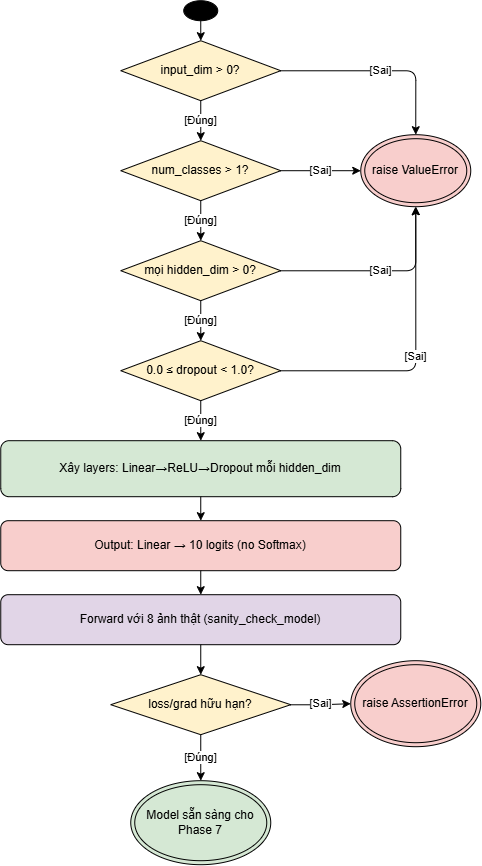
Earlier version of the draw.io export total_practice/practice_1/diagrams/02_model_building.png (TiCoder-coder/TOTAL_LABPARACTICE_FOR_DEEP_LEARNING). Source tidied: cells renumbered, new cells last; positions are measured from the earlier drawing's top-left corner, leaving out a move shared by most shapes. Its diagram source:
```xml
<mxGraphModel>
  <root>
    <mxCell id="0" />
    <mxCell id="1" parent="0" />
    <mxCell id="2" style="ellipse;whiteSpace=wrap;html=1;fillColor=#000000;" parent="1" vertex="1">
      <mxGeometry x="183" width="34" height="20" as="geometry" />
    </mxCell>
    <mxCell id="3" value="input_dim &gt; 0?" style="rhombus;whiteSpace=wrap;html=1;fillColor=#fff2cc;" parent="1" vertex="1">
      <mxGeometry x="120" y="40" width="160" height="60" as="geometry" />
    </mxCell>
    <mxCell id="4" value="num_classes &gt; 1?" style="rhombus;whiteSpace=wrap;html=1;fillColor=#fff2cc;" parent="1" vertex="1">
      <mxGeometry x="120" y="140" width="160" height="60" as="geometry" />
    </mxCell>
    <mxCell id="5" value="mọi hidden_dim &gt; 0?" style="rhombus;whiteSpace=wrap;html=1;fillColor=#fff2cc;" parent="1" vertex="1">
      <mxGeometry x="120" y="240" width="160" height="60" as="geometry" />
    </mxCell>
    <mxCell id="6" value="0.0 ≤ dropout &lt; 1.0?" style="rhombus;whiteSpace=wrap;html=1;fillColor=#fff2cc;" parent="1" vertex="1">
      <mxGeometry x="120" y="340" width="160" height="60" as="geometry" />
    </mxCell>
    <mxCell id="7" value="raise ValueError" style="ellipse;shape=doubleEllipse;whiteSpace=wrap;html=1;fillColor=#f8cecc;" parent="1" vertex="1">
      <mxGeometry x="360" y="134" width="110" height="72" as="geometry" />
    </mxCell>
    <mxCell id="8" value="Xây layers: Linear→ReLU→Dropout mỗi hidden_dim" style="rounded=1;whiteSpace=wrap;html=1;fillColor=#d5e8d4;" parent="1" vertex="1">
      <mxGeometry y="440" width="400" height="56" as="geometry" />
    </mxCell>
    <mxCell id="9" value="Output: Linear → 10 logits (no Softmax)" style="rounded=1;whiteSpace=wrap;html=1;fillColor=#f8cecc;" parent="1" vertex="1">
      <mxGeometry y="520" width="400" height="50" as="geometry" />
    </mxCell>
    <mxCell id="10" value="Forward với 8 ảnh thật (sanity_check_model)" style="rounded=1;whiteSpace=wrap;html=1;fillColor=#e1d5e7;" parent="1" vertex="1">
      <mxGeometry y="594" width="400" height="50" as="geometry" />
    </mxCell>
    <mxCell id="11" value="loss/grad hữu hạn?" style="rhombus;whiteSpace=wrap;html=1;fillColor=#fff2cc;" parent="1" vertex="1">
      <mxGeometry x="110" y="674" width="180" height="60" as="geometry" />
    </mxCell>
    <mxCell id="12" value="raise AssertionError" style="ellipse;shape=doubleEllipse;whiteSpace=wrap;html=1;fillColor=#f8cecc;" parent="1" vertex="1">
      <mxGeometry x="350" y="660" width="130" height="86" as="geometry" />
    </mxCell>
    <mxCell id="13" value="Model sẵn sàng cho Phase 7" style="ellipse;shape=doubleEllipse;whiteSpace=wrap;html=1;fillColor=#d5e8d4;" parent="1" vertex="1">
      <mxGeometry x="130" y="780" width="140" height="84" as="geometry" />
    </mxCell>
    <mxCell id="14" style="edgeStyle=orthogonalEdgeStyle;html=1;" parent="1" edge="1" source="2" target="3">
      <mxGeometry relative="1" as="geometry" />
    </mxCell>
    <mxCell id="15" value="[Sai]" style="edgeStyle=orthogonalEdgeStyle;html=1;" parent="1" edge="1" source="3" target="7">
      <mxGeometry relative="1" as="geometry" />
    </mxCell>
    <mxCell id="16" value="[Đúng]" style="edgeStyle=orthogonalEdgeStyle;html=1;" parent="1" edge="1" source="3" target="4">
      <mxGeometry relative="1" as="geometry" />
    </mxCell>
    <mxCell id="17" value="[Sai]" style="edgeStyle=orthogonalEdgeStyle;html=1;" parent="1" edge="1" source="4" target="7">
      <mxGeometry relative="1" as="geometry" />
    </mxCell>
    <mxCell id="18" value="[Đúng]" style="edgeStyle=orthogonalEdgeStyle;html=1;" parent="1" edge="1" source="4" target="5">
      <mxGeometry relative="1" as="geometry" />
    </mxCell>
    <mxCell id="19" value="[Sai]" style="edgeStyle=orthogonalEdgeStyle;html=1;" parent="1" edge="1" source="5" target="7">
      <mxGeometry relative="1" as="geometry" />
    </mxCell>
    <mxCell id="20" value="[Đúng]" style="edgeStyle=orthogonalEdgeStyle;html=1;" parent="1" edge="1" source="5" target="6">
      <mxGeometry relative="1" as="geometry" />
    </mxCell>
    <mxCell id="21" value="[Sai]" style="edgeStyle=orthogonalEdgeStyle;html=1;" parent="1" edge="1" source="6" target="7">
      <mxGeometry relative="1" as="geometry" />
    </mxCell>
    <mxCell id="22" value="[Đúng]" style="edgeStyle=orthogonalEdgeStyle;html=1;" parent="1" edge="1" source="6" target="8">
      <mxGeometry relative="1" as="geometry" />
    </mxCell>
    <mxCell id="23" style="edgeStyle=orthogonalEdgeStyle;html=1;" parent="1" edge="1" source="8" target="9">
      <mxGeometry relative="1" as="geometry" />
    </mxCell>
    <mxCell id="24" style="edgeStyle=orthogonalEdgeStyle;html=1;" parent="1" edge="1" source="9" target="10">
      <mxGeometry relative="1" as="geometry" />
    </mxCell>
    <mxCell id="25" style="edgeStyle=orthogonalEdgeStyle;html=1;" parent="1" edge="1" source="10" target="11">
      <mxGeometry relative="1" as="geometry" />
    </mxCell>
    <mxCell id="26" value="[Sai]" style="edgeStyle=orthogonalEdgeStyle;html=1;" parent="1" edge="1" source="11" target="12">
      <mxGeometry relative="1" as="geometry" />
    </mxCell>
    <mxCell id="27" value="[Đúng]" style="edgeStyle=orthogonalEdgeStyle;html=1;" parent="1" edge="1" source="11" target="13">
      <mxGeometry relative="1" as="geometry" />
    </mxCell>
  </root>
</mxGraphModel>
```
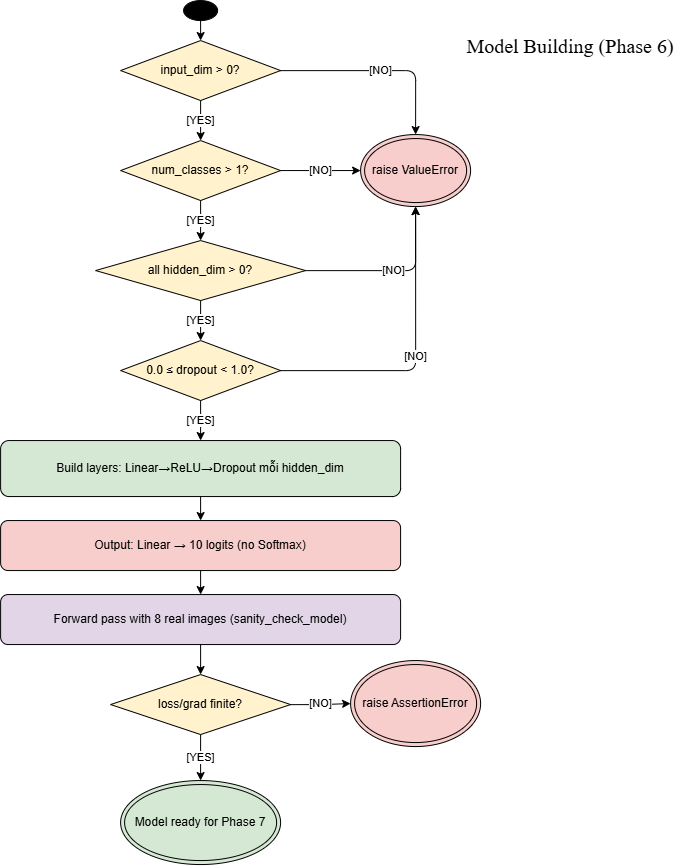
Later version of the same file.

Change to the diagram source:
```diff
@@ -2,83 +2,86 @@
   <root>
     <mxCell id="0" />
     <mxCell id="1" parent="0" />
-    <mxCell id="2" style="ellipse;whiteSpace=wrap;html=1;fillColor=#000000;" parent="1" vertex="1">
-      <mxGeometry x="183" width="34" height="20" as="geometry" />
-    </mxCell>
+    <mxCell id="28" style="ellipse;whiteSpace=wrap;html=1;fillColor=#000000;" parent="1" vertex="1">
+      <mxGeometry x="183" width="34" height="20" as="geometry" />
+    </mxCell>
     <mxCell id="3" value="input_dim &gt; 0?" style="rhombus;whiteSpace=wrap;html=1;fillColor=#fff2cc;" parent="1" vertex="1">
       <mxGeometry x="120" y="40" width="160" height="60" as="geometry" />
     </mxCell>
     <mxCell id="4" value="num_classes &gt; 1?" style="rhombus;whiteSpace=wrap;html=1;fillColor=#fff2cc;" parent="1" vertex="1">
       <mxGeometry x="120" y="140" width="160" height="60" as="geometry" />
     </mxCell>
-    <mxCell id="5" value="mọi hidden_dim &gt; 0?" style="rhombus;whiteSpace=wrap;html=1;fillColor=#fff2cc;" parent="1" vertex="1">
-      <mxGeometry x="120" y="240" width="160" height="60" as="geometry" />
-    </mxCell>
+    <mxCell id="29" value="all hidden_dim &amp;gt; 0?" style="rhombus;whiteSpace=wrap;html=1;fillColor=#fff2cc;" parent="1" vertex="1">
+      <mxGeometry x="95" y="240" width="210" height="60" as="geometry" />
+    </mxCell>
     <mxCell id="6" value="0.0 ≤ dropout &lt; 1.0?" style="rhombus;whiteSpace=wrap;html=1;fillColor=#fff2cc;" parent="1" vertex="1">
       <mxGeometry x="120" y="340" width="160" height="60" as="geometry" />
     </mxCell>
     <mxCell id="7" value="raise ValueError" style="ellipse;shape=doubleEllipse;whiteSpace=wrap;html=1;fillColor=#f8cecc;" parent="1" vertex="1">
       <mxGeometry x="360" y="134" width="110" height="72" as="geometry" />
     </mxCell>
-    <mxCell id="8" value="Xây layers: Linear→ReLU→Dropout mỗi hidden_dim" style="rounded=1;whiteSpace=wrap;html=1;fillColor=#d5e8d4;" parent="1" vertex="1">
-      <mxGeometry y="440" width="400" height="56" as="geometry" />
-    </mxCell>
+    <mxCell id="30" value="Build layers: Linear→ReLU→Dropout mỗi hidden_dim" style="rounded=1;whiteSpace=wrap;html=1;fillColor=#d5e8d4;" parent="1" vertex="1">
+      <mxGeometry y="440" width="400" height="56" as="geometry" />
+    </mxCell>
     <mxCell id="9" value="Output: Linear → 10 logits (no Softmax)" style="rounded=1;whiteSpace=wrap;html=1;fillColor=#f8cecc;" parent="1" vertex="1">
       <mxGeometry y="520" width="400" height="50" as="geometry" />
     </mxCell>
-    <mxCell id="10" value="Forward với 8 ảnh thật (sanity_check_model)" style="rounded=1;whiteSpace=wrap;html=1;fillColor=#e1d5e7;" parent="1" vertex="1">
-      <mxGeometry y="594" width="400" height="50" as="geometry" />
-    </mxCell>
-    <mxCell id="11" value="loss/grad hữu hạn?" style="rhombus;whiteSpace=wrap;html=1;fillColor=#fff2cc;" parent="1" vertex="1">
-      <mxGeometry x="110" y="674" width="180" height="60" as="geometry" />
-    </mxCell>
+    <mxCell id="31" value="Forward pass with 8 real images (sanity_check_model)" style="rounded=1;whiteSpace=wrap;html=1;fillColor=#e1d5e7;" parent="1" vertex="1">
+      <mxGeometry y="594" width="400" height="50" as="geometry" />
+    </mxCell>
+    <mxCell id="32" value="loss/grad finite?" style="rhombus;whiteSpace=wrap;html=1;fillColor=#fff2cc;" parent="1" vertex="1">
+      <mxGeometry x="110" y="674" width="180" height="60" as="geometry" />
+    </mxCell>
     <mxCell id="12" value="raise AssertionError" style="ellipse;shape=doubleEllipse;whiteSpace=wrap;html=1;fillColor=#f8cecc;" parent="1" vertex="1">
       <mxGeometry x="350" y="660" width="130" height="86" as="geometry" />
     </mxCell>
-    <mxCell id="13" value="Model sẵn sàng cho Phase 7" style="ellipse;shape=doubleEllipse;whiteSpace=wrap;html=1;fillColor=#d5e8d4;" parent="1" vertex="1">
-      <mxGeometry x="130" y="780" width="140" height="84" as="geometry" />
-    </mxCell>
-    <mxCell id="14" style="edgeStyle=orthogonalEdgeStyle;html=1;" parent="1" edge="1" source="2" target="3">
-      <mxGeometry relative="1" as="geometry" />
-    </mxCell>
+    <mxCell id="33" value="Model ready for Phase 7" style="ellipse;shape=doubleEllipse;whiteSpace=wrap;html=1;fillColor=#d5e8d4;" parent="1" vertex="1">
+      <mxGeometry x="120" y="780" width="160" height="84" as="geometry" />
+    </mxCell>
+    <mxCell id="34" style="edgeStyle=orthogonalEdgeStyle;html=1;" parent="1" edge="1" source="28" target="3">
+      <mxGeometry relative="1" as="geometry" />
+    </mxCell>
-    <mxCell id="15" value="[Sai]" style="edgeStyle=orthogonalEdgeStyle;html=1;" parent="1" edge="1" source="3" target="7">
+    <mxCell id="15" value="[NO]" style="edgeStyle=orthogonalEdgeStyle;html=1;" parent="1" edge="1" source="3" target="7">
       <mxGeometry relative="1" as="geometry" />
     </mxCell>
-    <mxCell id="16" value="[Đúng]" style="edgeStyle=orthogonalEdgeStyle;html=1;" parent="1" edge="1" source="3" target="4">
+    <mxCell id="16" value="[YES]" style="edgeStyle=orthogonalEdgeStyle;html=1;" parent="1" edge="1" source="3" target="4">
       <mxGeometry relative="1" as="geometry" />
     </mxCell>
-    <mxCell id="17" value="[Sai]" style="edgeStyle=orthogonalEdgeStyle;html=1;" parent="1" edge="1" source="4" target="7">
+    <mxCell id="17" value="[NO]" style="edgeStyle=orthogonalEdgeStyle;html=1;" parent="1" edge="1" source="4" target="7">
       <mxGeometry relative="1" as="geometry" />
     </mxCell>
-    <mxCell id="18" value="[Đúng]" style="edgeStyle=orthogonalEdgeStyle;html=1;" parent="1" edge="1" source="4" target="5">
-      <mxGeometry relative="1" as="geometry" />
-    </mxCell>
-    <mxCell id="19" value="[Sai]" style="edgeStyle=orthogonalEdgeStyle;html=1;" parent="1" edge="1" source="5" target="7">
-      <mxGeometry relative="1" as="geometry" />
-    </mxCell>
-    <mxCell id="20" value="[Đúng]" style="edgeStyle=orthogonalEdgeStyle;html=1;" parent="1" edge="1" source="5" target="6">
-      <mxGeometry relative="1" as="geometry" />
-    </mxCell>
+    <mxCell id="35" value="[YES]" style="edgeStyle=orthogonalEdgeStyle;html=1;" parent="1" edge="1" source="4" target="29">
+      <mxGeometry relative="1" as="geometry" />
+    </mxCell>
+    <mxCell id="36" value="[NO]" style="edgeStyle=orthogonalEdgeStyle;html=1;" parent="1" edge="1" source="29" target="7">
+      <mxGeometry relative="1" as="geometry" />
+    </mxCell>
+    <mxCell id="37" value="[YES]" style="edgeStyle=orthogonalEdgeStyle;html=1;" parent="1" edge="1" source="29" target="6">
+      <mxGeometry relative="1" as="geometry" />
+    </mxCell>
-    <mxCell id="21" value="[Sai]" style="edgeStyle=orthogonalEdgeStyle;html=1;" parent="1" edge="1" source="6" target="7">
+    <mxCell id="21" value="[NO]" style="edgeStyle=orthogonalEdgeStyle;html=1;" parent="1" edge="1" source="6" target="7">
       <mxGeometry relative="1" as="geometry" />
     </mxCell>
-    <mxCell id="22" value="[Đúng]" style="edgeStyle=orthogonalEdgeStyle;html=1;" parent="1" edge="1" source="6" target="8">
-      <mxGeometry relative="1" as="geometry" />
-    </mxCell>
-    <mxCell id="23" style="edgeStyle=orthogonalEdgeStyle;html=1;" parent="1" edge="1" source="8" target="9">
-      <mxGeometry relative="1" as="geometry" />
-    </mxCell>
-    <mxCell id="24" style="edgeStyle=orthogonalEdgeStyle;html=1;" parent="1" edge="1" source="9" target="10">
-      <mxGeometry relative="1" as="geometry" />
-    </mxCell>
-    <mxCell id="25" style="edgeStyle=orthogonalEdgeStyle;html=1;" parent="1" edge="1" source="10" target="11">
-      <mxGeometry relative="1" as="geometry" />
-    </mxCell>
-    <mxCell id="26" value="[Sai]" style="edgeStyle=orthogonalEdgeStyle;html=1;" parent="1" edge="1" source="11" target="12">
-      <mxGeometry relative="1" as="geometry" />
-    </mxCell>
-    <mxCell id="27" value="[Đúng]" style="edgeStyle=orthogonalEdgeStyle;html=1;" parent="1" edge="1" source="11" target="13">
-      <mxGeometry relative="1" as="geometry" />
-    </mxCell>
+    <mxCell id="38" value="[YES]" style="edgeStyle=orthogonalEdgeStyle;html=1;" parent="1" edge="1" source="6" target="30">
+      <mxGeometry relative="1" as="geometry" />
+    </mxCell>
+    <mxCell id="39" style="edgeStyle=orthogonalEdgeStyle;html=1;" parent="1" edge="1" source="30" target="9">
+      <mxGeometry relative="1" as="geometry" />
+    </mxCell>
+    <mxCell id="40" style="edgeStyle=orthogonalEdgeStyle;html=1;" parent="1" edge="1" source="9" target="31">
+      <mxGeometry relative="1" as="geometry" />
+    </mxCell>
+    <mxCell id="41" style="edgeStyle=orthogonalEdgeStyle;html=1;" parent="1" edge="1" source="31" target="32">
+      <mxGeometry relative="1" as="geometry" />
+    </mxCell>
+    <mxCell id="42" value="[NO]" style="edgeStyle=orthogonalEdgeStyle;html=1;" parent="1" edge="1" source="32" target="12">
+      <mxGeometry relative="1" as="geometry" />
+    </mxCell>
+    <mxCell id="43" value="[YES]" style="edgeStyle=orthogonalEdgeStyle;html=1;" parent="1" edge="1" source="32" target="33">
+      <mxGeometry relative="1" as="geometry" />
+    </mxCell>
+    <mxCell id="44" value="Model Building (Phase 6)" style="text;html=1;whiteSpace=wrap;strokeColor=none;fillColor=none;align=center;verticalAlign=middle;rounded=0;fontSize=20;fontFamily=Times New Roman;" parent="1" vertex="1">
+      <mxGeometry x="460" y="20" width="220" height="50" as="geometry" />
+    </mxCell>
   </root>
 </mxGraphModel>
```
